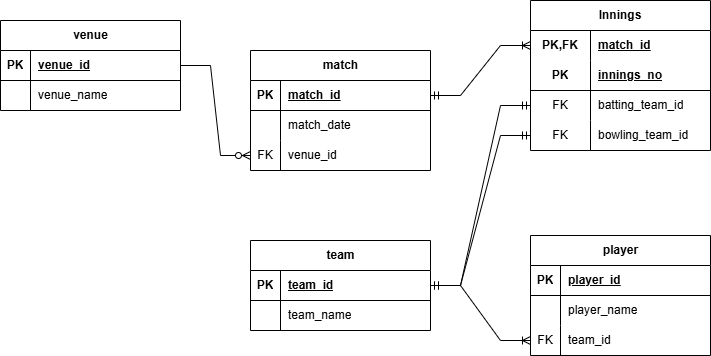
Rupam-1/Pyspark_Project_IPL_2024 keeps this draw.io diagram as IPL_2024_ER.png. Above is the earlier version. Source tidied: cells renumbered, new cells last; positions are measured from the earlier drawing's top-left corner, leaving out a move shared by most shapes.
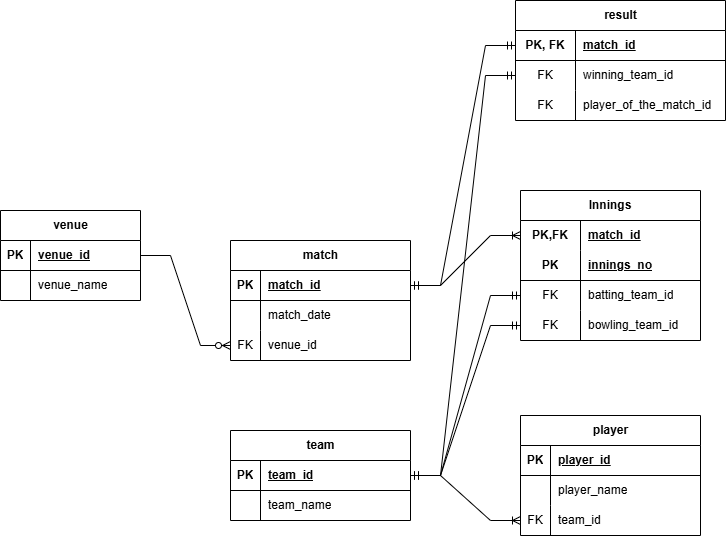
After the commit.

The edit, as a diff of the source:
```diff
@@ -3,25 +3,25 @@
     <mxCell id="0" />
     <mxCell id="1" parent="0" />
     <mxCell id="2" value="venue" style="shape=table;startSize=30;rowLines=0;fontStyle=1;align=center;html=1;" parent="1" vertex="1">
-      <mxGeometry y="20" width="180" height="90" as="geometry" />
+      <mxGeometry x="20" y="20" width="140" height="90" as="geometry" />
     </mxCell>
     <mxCell id="3" style="shape=tableRow;horizontal=0;startSize=0;swimlaneHead=0;swimlaneBody=0;fillColor=none;points=[[0,0.5],[1,0.5]];portConstraint=eastwest;top=0;left=0;right=0;bottom=1;" parent="2" vertex="1">
-      <mxGeometry y="30" width="180" height="30" as="geometry" />
+      <mxGeometry y="30" width="140" height="30" as="geometry" />
     </mxCell>
     <mxCell id="4" value="PK" style="shape=partialRectangle;fillColor=none;top=0;left=0;bottom=0;right=0;fontStyle=1;overflow=hidden;whiteSpace=wrap;html=1;" parent="3" vertex="1">
       <mxGeometry width="30" height="30" as="geometry" />
     </mxCell>
     <mxCell id="5" value="venue_id" style="shape=partialRectangle;fillColor=none;top=0;left=0;bottom=0;right=0;align=left;spacingLeft=6;fontStyle=5;overflow=hidden;whiteSpace=wrap;html=1;" parent="3" vertex="1">
-      <mxGeometry x="30" width="150" height="30" as="geometry" />
+      <mxGeometry x="30" width="110" height="30" as="geometry" />
     </mxCell>
     <mxCell id="6" style="shape=tableRow;horizontal=0;startSize=0;swimlaneHead=0;swimlaneBody=0;fillColor=none;top=0;left=0;right=0;bottom=0;" parent="2" vertex="1">
-      <mxGeometry y="60" width="180" height="30" as="geometry" />
+      <mxGeometry y="60" width="140" height="30" as="geometry" />
     </mxCell>
     <mxCell id="7" style="shape=partialRectangle;fillColor=none;top=0;left=0;bottom=0;right=0;overflow=hidden;whiteSpace=wrap;html=1;" parent="6" vertex="1">
       <mxGeometry width="30" height="30" as="geometry" />
     </mxCell>
     <mxCell id="8" value="venue_name" style="shape=partialRectangle;fillColor=none;top=0;left=0;bottom=0;right=0;align=left;spacingLeft=6;overflow=hidden;whiteSpace=wrap;html=1;" parent="6" vertex="1">
-      <mxGeometry x="30" width="150" height="30" as="geometry" />
+      <mxGeometry x="30" width="110" height="30" as="geometry" />
     </mxCell>
     <mxCell id="9" value="match" style="shape=table;startSize=30;rowLines=0;fontStyle=1;align=center;html=1;" parent="1" vertex="1">
       <mxGeometry x="250" y="50" width="180" height="120" as="geometry" />
@@ -78,7 +78,7 @@
       <mxGeometry x="30" width="150" height="30" as="geometry" />
     </mxCell>
     <mxCell id="27" value="player" style="shape=table;startSize=30;rowLines=0;fontStyle=1;align=center;html=1;" parent="1" vertex="1">
-      <mxGeometry x="530" y="235" width="180" height="120" as="geometry" />
+      <mxGeometry x="540" y="225" width="180" height="120" as="geometry" />
     </mxCell>
     <mxCell id="28" style="shape=tableRow;horizontal=0;startSize=0;swimlaneHead=0;swimlaneBody=0;fillColor=none;top=0;left=0;right=0;bottom=1;" parent="27" vertex="1">
       <mxGeometry y="30" width="180" height="30" as="geometry" />
@@ -111,7 +111,7 @@
       <mxGeometry relative="1" as="geometry" />
     </mxCell>
     <mxCell id="38" value="Innings" style="shape=table;startSize=30;rowLines=0;fontStyle=1;align=center;html=1;whiteSpace=wrap;" parent="1" vertex="1">
-      <mxGeometry x="530" width="180" height="150" as="geometry" />
+      <mxGeometry x="540" width="180" height="150" as="geometry" />
     </mxCell>
     <mxCell id="39" style="shape=tableRow;horizontal=0;startSize=0;swimlaneHead=0;swimlaneBody=0;fillColor=none;points=[[0,0.5],[1,0.5]];portConstraint=eastwest;top=0;left=0;right=0;bottom=0;html=1;" parent="38" vertex="1">
       <mxGeometry y="30" width="180" height="30" as="geometry" />
@@ -158,5 +158,41 @@
     <mxCell id="53" style="edgeStyle=entityRelationEdgeStyle;fontSize=12;html=1;endArrow=ERmandOne;startArrow=ERmandOne;rounded=0;exitX=1;exitY=0.5;exitDx=0;exitDy=0;entryX=0;entryY=0.5;entryDx=0;entryDy=0;" parent="1" edge="1" source="21" target="48">
       <mxGeometry relative="1" as="geometry" />
     </mxCell>
+    <mxCell id="54" value="result" style="shape=table;startSize=30;rowLines=0;fontStyle=1;align=center;html=1;" parent="1" vertex="1">
+      <mxGeometry x="535" y="-190" width="210" height="120" as="geometry" />
+    </mxCell>
+    <mxCell id="55" style="shape=tableRow;horizontal=0;startSize=0;swimlaneHead=0;swimlaneBody=0;fillColor=none;points=[[0,0.5],[1,0.5]];portConstraint=eastwest;top=0;left=0;right=0;bottom=1;" parent="54" vertex="1">
+      <mxGeometry y="30" width="210" height="30" as="geometry" />
+    </mxCell>
+    <mxCell id="56" value="PK, FK" style="shape=partialRectangle;fillColor=none;top=0;left=0;bottom=0;right=0;fontStyle=1;overflow=hidden;whiteSpace=wrap;html=1;" parent="55" vertex="1">
+      <mxGeometry width="60" height="30" as="geometry" />
+    </mxCell>
+    <mxCell id="57" value="match_id" style="shape=partialRectangle;fillColor=none;top=0;left=0;bottom=0;right=0;align=left;spacingLeft=6;fontStyle=5;overflow=hidden;whiteSpace=wrap;html=1;" parent="55" vertex="1">
+      <mxGeometry x="60" width="150" height="30" as="geometry" />
+    </mxCell>
+    <mxCell id="58" style="shape=tableRow;horizontal=0;startSize=0;swimlaneHead=0;swimlaneBody=0;fillColor=none;points=[[0,0.5],[1,0.5]];portConstraint=eastwest;top=0;left=0;right=0;bottom=0;" parent="54" vertex="1">
+      <mxGeometry y="60" width="210" height="30" as="geometry" />
+    </mxCell>
+    <mxCell id="59" value="FK" style="shape=partialRectangle;fillColor=none;top=0;left=0;bottom=0;right=0;overflow=hidden;whiteSpace=wrap;html=1;" parent="58" vertex="1">
+      <mxGeometry width="60" height="30" as="geometry" />
+    </mxCell>
+    <mxCell id="60" value="winning_team_id" style="shape=partialRectangle;fillColor=none;top=0;left=0;bottom=0;right=0;align=left;spacingLeft=6;overflow=hidden;whiteSpace=wrap;html=1;" parent="58" vertex="1">
+      <mxGeometry x="60" width="150" height="30" as="geometry" />
+    </mxCell>
+    <mxCell id="61" style="shape=tableRow;horizontal=0;startSize=0;swimlaneHead=0;swimlaneBody=0;fillColor=none;top=0;left=0;right=0;bottom=0;" parent="54" vertex="1">
+      <mxGeometry y="90" width="210" height="30" as="geometry" />
+    </mxCell>
+    <mxCell id="62" value="FK" style="shape=partialRectangle;fillColor=none;top=0;left=0;bottom=0;right=0;overflow=hidden;whiteSpace=wrap;html=1;" parent="61" vertex="1">
+      <mxGeometry width="60" height="30" as="geometry" />
+    </mxCell>
+    <mxCell id="63" value="player_of_the_match_id" style="shape=partialRectangle;fillColor=none;top=0;left=0;bottom=0;right=0;align=left;spacingLeft=6;overflow=hidden;whiteSpace=wrap;html=1;" parent="61" vertex="1">
+      <mxGeometry x="60" width="150" height="30" as="geometry" />
+    </mxCell>
+    <mxCell id="64" style="edgeStyle=entityRelationEdgeStyle;fontSize=12;html=1;endArrow=ERmandOne;startArrow=ERmandOne;rounded=0;exitX=1;exitY=0.5;exitDx=0;exitDy=0;entryX=0;entryY=0.5;entryDx=0;entryDy=0;" parent="1" edge="1" source="10" target="55">
+      <mxGeometry relative="1" as="geometry" />
+    </mxCell>
+    <mxCell id="65" style="edgeStyle=entityRelationEdgeStyle;fontSize=12;html=1;endArrow=ERmandOne;startArrow=ERmandOne;rounded=0;entryX=0;entryY=0.5;entryDx=0;entryDy=0;exitX=1;exitY=0.5;exitDx=0;exitDy=0;" parent="1" edge="1" source="21" target="58">
+      <mxGeometry relative="1" as="geometry" />
+    </mxCell>
   </root>
 </mxGraphModel>
```
